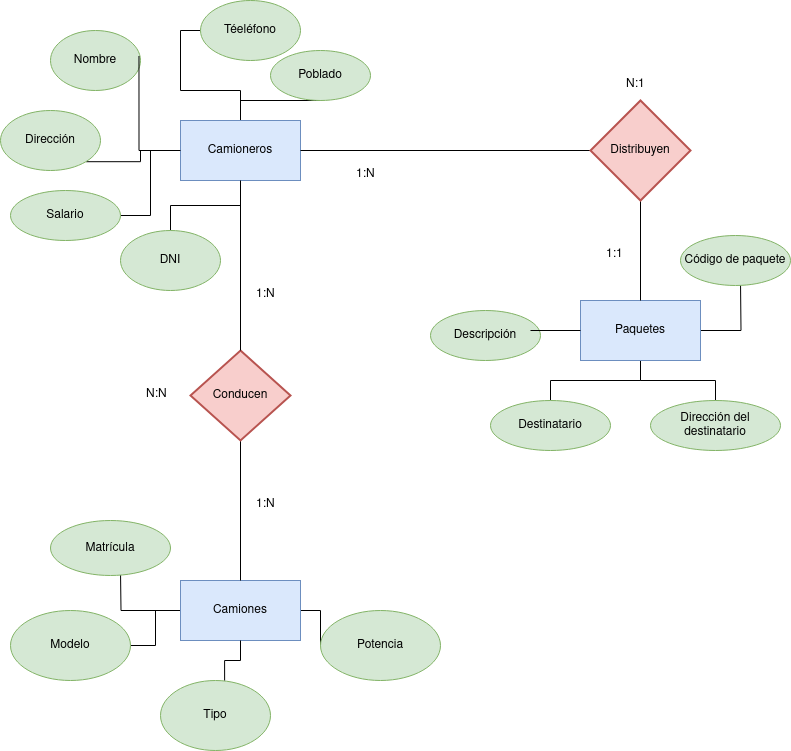
This is Unidad-1/Tareas/Tarea-2-3/Tarea 4.drawio.png from GgbGabrielGarcia/Base-Datos, a draw.io export, as it was before one commit. Source tidied: cells renumbered, new cells last; positions are measured from the earlier drawing's top-left corner, leaving out a move shared by most shapes. Its diagram source:
```xml
<mxGraphModel>
  <root>
    <mxCell id="0" />
    <mxCell id="1" parent="0" />
    <mxCell id="2" style="edgeStyle=orthogonalEdgeStyle;rounded=0;jettySize=auto;html=1;endArrow=none;endFill=0;" parent="1" edge="1" source="7" target="22">
      <mxGeometry relative="1" as="geometry" />
    </mxCell>
    <mxCell id="3" style="edgeStyle=orthogonalEdgeStyle;rounded=0;jettySize=auto;html=1;entryX=1;entryY=1;entryDx=0;entryDy=0;endArrow=none;endFill=0;" parent="1" edge="1" source="7" target="23">
      <mxGeometry relative="1" as="geometry" />
    </mxCell>
    <mxCell id="4" style="edgeStyle=orthogonalEdgeStyle;rounded=0;jettySize=auto;html=1;entryX=0;entryY=0.5;entryDx=0;entryDy=0;endArrow=none;endFill=0;" parent="1" edge="1" source="7" target="28">
      <mxGeometry relative="1" as="geometry" />
    </mxCell>
    <mxCell id="5" style="edgeStyle=orthogonalEdgeStyle;rounded=0;jettySize=auto;html=1;endArrow=none;endFill=0;" parent="1" edge="1" source="7" target="27">
      <mxGeometry relative="1" as="geometry" />
    </mxCell>
    <mxCell id="6" style="edgeStyle=orthogonalEdgeStyle;rounded=0;jettySize=auto;html=1;entryX=1;entryY=0.5;entryDx=0;entryDy=0;endArrow=none;endFill=0;" parent="1" edge="1" source="7" target="25">
      <mxGeometry relative="1" as="geometry" />
    </mxCell>
    <mxCell id="7" value="Camioneros" style="rounded=0;whiteSpace=wrap;html=1;fillColor=#dae8fc;strokeColor=#6c8ebf;" parent="1" vertex="1">
      <mxGeometry x="180" y="120" width="120" height="60" as="geometry" />
    </mxCell>
    <mxCell id="8" style="edgeStyle=orthogonalEdgeStyle;rounded=0;jettySize=auto;html=1;endArrow=none;endFill=0;" parent="1" edge="1" source="11" target="35">
      <mxGeometry relative="1" as="geometry" />
    </mxCell>
    <mxCell id="9" style="edgeStyle=orthogonalEdgeStyle;rounded=0;jettySize=auto;html=1;endArrow=none;endFill=0;" parent="1" edge="1" source="11">
      <mxGeometry relative="1" as="geometry">
        <mxPoint x="740" y="280" as="targetPoint" />
      </mxGeometry>
    </mxCell>
    <mxCell id="10" style="edgeStyle=orthogonalEdgeStyle;rounded=0;jettySize=auto;html=1;endArrow=none;endFill=0;" parent="1" edge="1" source="11" target="34">
      <mxGeometry relative="1" as="geometry" />
    </mxCell>
    <mxCell id="11" value="Paquetes" style="rounded=0;whiteSpace=wrap;html=1;fillColor=#dae8fc;strokeColor=#6c8ebf;" parent="1" vertex="1">
      <mxGeometry x="580" y="300" width="120" height="60" as="geometry" />
    </mxCell>
    <mxCell id="12" style="edgeStyle=orthogonalEdgeStyle;rounded=0;jettySize=auto;html=1;endArrow=none;endFill=0;" parent="1" edge="1" source="15" target="31">
      <mxGeometry relative="1" as="geometry" />
    </mxCell>
    <mxCell id="13" style="edgeStyle=orthogonalEdgeStyle;rounded=0;jettySize=auto;html=1;endArrow=none;endFill=0;" parent="1" edge="1" source="15">
      <mxGeometry relative="1" as="geometry">
        <mxPoint x="120" y="570" as="targetPoint" />
      </mxGeometry>
    </mxCell>
    <mxCell id="14" style="edgeStyle=orthogonalEdgeStyle;rounded=0;jettySize=auto;html=1;endArrow=none;endFill=0;" parent="1" edge="1" source="15" target="29">
      <mxGeometry relative="1" as="geometry" />
    </mxCell>
    <mxCell id="15" value="Camiones" style="rounded=0;whiteSpace=wrap;html=1;fillColor=#dae8fc;strokeColor=#6c8ebf;" parent="1" vertex="1">
      <mxGeometry x="180" y="580" width="120" height="60" as="geometry" />
    </mxCell>
    <mxCell id="16" style="edgeStyle=orthogonalEdgeStyle;rounded=0;jettySize=auto;html=1;entryX=0.5;entryY=0;entryDx=0;entryDy=0;endArrow=none;endFill=0;" parent="1" edge="1" source="18" target="11">
      <mxGeometry relative="1" as="geometry" />
    </mxCell>
    <mxCell id="17" style="edgeStyle=orthogonalEdgeStyle;rounded=0;jettySize=auto;html=1;endArrow=none;endFill=0;" parent="1" edge="1" source="18" target="7">
      <mxGeometry relative="1" as="geometry" />
    </mxCell>
    <mxCell id="18" value="Distribuyen" style="strokeWidth=2;html=1;shape=mxgraph.flowchart.decision;whiteSpace=wrap;fillColor=#f8cecc;strokeColor=#b85450;" parent="1" vertex="1">
      <mxGeometry x="590" y="100" width="100" height="100" as="geometry" />
    </mxCell>
    <mxCell id="19" style="edgeStyle=orthogonalEdgeStyle;rounded=0;jettySize=auto;html=1;entryX=0.5;entryY=0;entryDx=0;entryDy=0;endArrow=none;endFill=0;" parent="1" edge="1" source="20" target="15">
      <mxGeometry relative="1" as="geometry" />
    </mxCell>
    <mxCell id="20" value="Conducen" style="strokeWidth=2;html=1;shape=mxgraph.flowchart.decision;whiteSpace=wrap;fillColor=#f8cecc;strokeColor=#b85450;" parent="1" vertex="1">
      <mxGeometry x="190" y="350" width="100" height="90" as="geometry" />
    </mxCell>
    <mxCell id="21" style="edgeStyle=orthogonalEdgeStyle;rounded=0;jettySize=auto;html=1;entryX=0.5;entryY=0;entryDx=0;entryDy=0;entryPerimeter=0;endArrow=none;endFill=0;" parent="1" edge="1" source="7" target="20">
      <mxGeometry relative="1" as="geometry" />
    </mxCell>
    <mxCell id="22" value="DNI" style="ellipse;whiteSpace=wrap;html=1;fillColor=#d5e8d4;strokeColor=#82b366;" parent="1" vertex="1">
      <mxGeometry x="120" y="230" width="100" height="60" as="geometry" />
    </mxCell>
    <mxCell id="23" value="Dirección" style="ellipse;whiteSpace=wrap;html=1;fillColor=#d5e8d4;strokeColor=#82b366;" parent="1" vertex="1">
      <mxGeometry y="110" width="100" height="60" as="geometry" />
    </mxCell>
    <mxCell id="24" value="Nombre" style="ellipse;whiteSpace=wrap;html=1;fillColor=#d5e8d4;strokeColor=#82b366;" parent="1" vertex="1">
      <mxGeometry x="50" y="30" width="90" height="60" as="geometry" />
    </mxCell>
    <mxCell id="25" value="Salario" style="ellipse;whiteSpace=wrap;html=1;fillColor=#d5e8d4;strokeColor=#82b366;" parent="1" vertex="1">
      <mxGeometry x="10" y="190" width="110" height="50" as="geometry" />
    </mxCell>
    <mxCell id="26" style="edgeStyle=orthogonalEdgeStyle;rounded=0;jettySize=auto;html=1;entryX=0.983;entryY=0.425;entryDx=0;entryDy=0;entryPerimeter=0;endArrow=none;endFill=0;" parent="1" edge="1" source="7" target="24">
      <mxGeometry relative="1" as="geometry" />
    </mxCell>
    <mxCell id="27" value="Poblado" style="ellipse;whiteSpace=wrap;html=1;fillColor=#d5e8d4;strokeColor=#82b366;" parent="1" vertex="1">
      <mxGeometry x="270" y="50" width="100" height="50" as="geometry" />
    </mxCell>
    <mxCell id="28" value="Téeléfono" style="ellipse;whiteSpace=wrap;html=1;fillColor=#d5e8d4;strokeColor=#82b366;" parent="1" vertex="1">
      <mxGeometry x="200" width="100" height="60" as="geometry" />
    </mxCell>
    <mxCell id="29" value="Potencia" style="ellipse;whiteSpace=wrap;html=1;fillColor=#d5e8d4;strokeColor=#82b366;" parent="1" vertex="1">
      <mxGeometry x="320" y="610" width="120" height="70" as="geometry" />
    </mxCell>
    <mxCell id="30" value="Tipo" style="ellipse;whiteSpace=wrap;html=1;fillColor=#d5e8d4;strokeColor=#82b366;" parent="1" vertex="1">
      <mxGeometry x="160" y="680" width="110" height="70" as="geometry" />
    </mxCell>
    <mxCell id="31" value="Modelo" style="ellipse;whiteSpace=wrap;html=1;fillColor=#d5e8d4;strokeColor=#82b366;" parent="1" vertex="1">
      <mxGeometry x="10" y="610" width="120" height="70" as="geometry" />
    </mxCell>
    <mxCell id="32" value="Matrícula" style="ellipse;whiteSpace=wrap;html=1;fillColor=#d5e8d4;strokeColor=#82b366;" parent="1" vertex="1">
      <mxGeometry x="50" y="520" width="120" height="55" as="geometry" />
    </mxCell>
    <mxCell id="33" style="edgeStyle=orthogonalEdgeStyle;rounded=0;jettySize=auto;html=1;entryX=0.583;entryY=0;entryDx=0;entryDy=0;entryPerimeter=0;endArrow=none;endFill=0;" parent="1" edge="1" source="15" target="30">
      <mxGeometry relative="1" as="geometry" />
    </mxCell>
    <mxCell id="34" value="Destinatario" style="ellipse;whiteSpace=wrap;html=1;fillColor=#d5e8d4;strokeColor=#82b366;" parent="1" vertex="1">
      <mxGeometry x="490" y="400" width="120" height="50" as="geometry" />
    </mxCell>
    <mxCell id="35" value="Dirección del destinatario" style="ellipse;whiteSpace=wrap;html=1;fillColor=#d5e8d4;strokeColor=#82b366;" parent="1" vertex="1">
      <mxGeometry x="650" y="400" width="130" height="50" as="geometry" />
    </mxCell>
    <mxCell id="36" value="Descripción" style="ellipse;whiteSpace=wrap;html=1;fillColor=#d5e8d4;strokeColor=#82b366;" parent="1" vertex="1">
      <mxGeometry x="430" y="310" width="110" height="50" as="geometry" />
    </mxCell>
    <mxCell id="37" value="Código de paquete" style="ellipse;whiteSpace=wrap;html=1;fillColor=#d5e8d4;strokeColor=#82b366;" parent="1" vertex="1">
      <mxGeometry x="680" y="235" width="110" height="50" as="geometry" />
    </mxCell>
    <mxCell id="38" style="edgeStyle=orthogonalEdgeStyle;rounded=0;jettySize=auto;html=1;entryX=0.909;entryY=0.4;entryDx=0;entryDy=0;entryPerimeter=0;endArrow=none;endFill=0;" parent="1" edge="1" source="11" target="36">
      <mxGeometry relative="1" as="geometry" />
    </mxCell>
    <mxCell id="39" value="1:N" style="text;strokeColor=none;fillColor=none;spacingLeft=4;spacingRight=4;overflow=hidden;fontSize=12;whiteSpace=wrap;html=1;" parent="1" vertex="1">
      <mxGeometry x="250" y="280" width="40" height="30" as="geometry" />
    </mxCell>
    <mxCell id="40" value="N:N" style="text;strokeColor=none;fillColor=none;spacingLeft=4;spacingRight=4;overflow=hidden;fontSize=12;whiteSpace=wrap;html=1;" parent="1" vertex="1">
      <mxGeometry x="140" y="380" width="40" height="30" as="geometry" />
    </mxCell>
    <mxCell id="41" value="1:N" style="text;strokeColor=none;fillColor=none;spacingLeft=4;spacingRight=4;overflow=hidden;fontSize=12;whiteSpace=wrap;html=1;" parent="1" vertex="1">
      <mxGeometry x="250" y="490" width="40" height="30" as="geometry" />
    </mxCell>
    <mxCell id="42" value="1:N" style="text;strokeColor=none;fillColor=none;spacingLeft=4;spacingRight=4;overflow=hidden;fontSize=12;whiteSpace=wrap;html=1;" parent="1" vertex="1">
      <mxGeometry x="350" y="160" width="40" height="30" as="geometry" />
    </mxCell>
    <mxCell id="43" value="N:1" style="text;strokeColor=none;fillColor=none;spacingLeft=4;spacingRight=4;overflow=hidden;fontSize=12;whiteSpace=wrap;html=1;" parent="1" vertex="1">
      <mxGeometry x="620" y="70" width="40" height="30" as="geometry" />
    </mxCell>
    <mxCell id="44" value="1:1" style="text;strokeColor=none;fillColor=none;spacingLeft=4;spacingRight=4;overflow=hidden;fontSize=12;whiteSpace=wrap;html=1;" parent="1" vertex="1">
      <mxGeometry x="600" y="240" width="40" height="30" as="geometry" />
    </mxCell>
  </root>
</mxGraphModel>
```
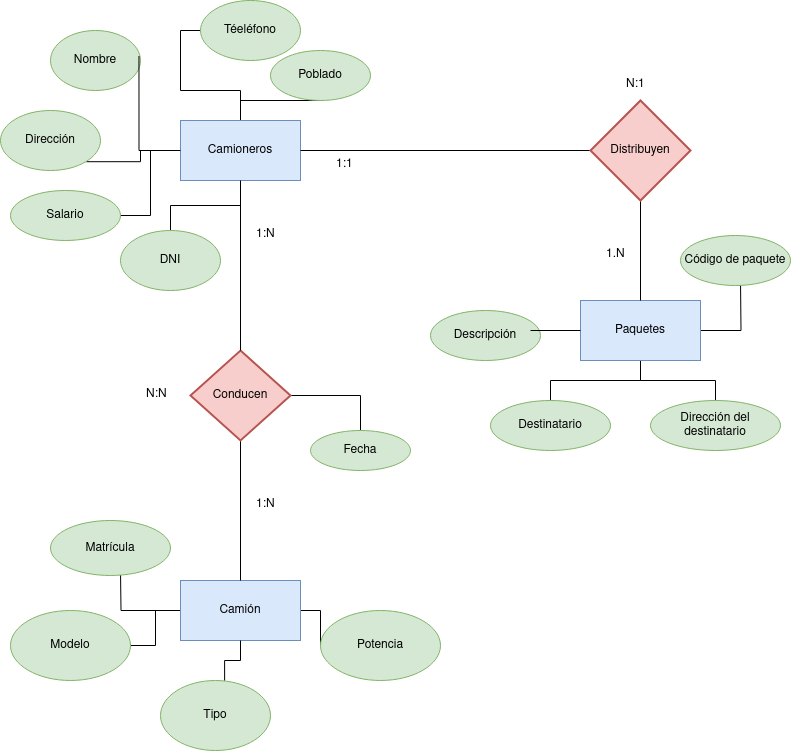
The same file after the commit.

What changed in the source:
```diff
@@ -45,7 +45,7 @@
     <mxCell id="14" style="edgeStyle=orthogonalEdgeStyle;rounded=0;jettySize=auto;html=1;endArrow=none;endFill=0;" parent="1" edge="1" source="15" target="29">
       <mxGeometry relative="1" as="geometry" />
     </mxCell>
-    <mxCell id="15" value="Camiones" style="rounded=0;whiteSpace=wrap;html=1;fillColor=#dae8fc;strokeColor=#6c8ebf;" parent="1" vertex="1">
+    <mxCell id="15" value="Camión" style="rounded=0;whiteSpace=wrap;html=1;fillColor=#dae8fc;strokeColor=#6c8ebf;" parent="1" vertex="1">
       <mxGeometry x="180" y="580" width="120" height="60" as="geometry" />
     </mxCell>
     <mxCell id="16" style="edgeStyle=orthogonalEdgeStyle;rounded=0;jettySize=auto;html=1;entryX=0.5;entryY=0;entryDx=0;entryDy=0;endArrow=none;endFill=0;" parent="1" edge="1" source="18" target="11">
@@ -60,6 +60,9 @@
     <mxCell id="19" style="edgeStyle=orthogonalEdgeStyle;rounded=0;jettySize=auto;html=1;entryX=0.5;entryY=0;entryDx=0;entryDy=0;endArrow=none;endFill=0;" parent="1" edge="1" source="20" target="15">
       <mxGeometry relative="1" as="geometry" />
     </mxCell>
+    <mxCell id="45" style="edgeStyle=orthogonalEdgeStyle;rounded=0;jettySize=auto;html=1;entryX=0.5;entryY=0;entryDx=0;entryDy=0;endArrow=none;endFill=0;" parent="1" edge="1" source="20" target="46">
+      <mxGeometry relative="1" as="geometry" />
+    </mxCell>
     <mxCell id="20" value="Conducen" style="strokeWidth=2;html=1;shape=mxgraph.flowchart.decision;whiteSpace=wrap;fillColor=#f8cecc;strokeColor=#b85450;" parent="1" vertex="1">
       <mxGeometry x="190" y="350" width="100" height="90" as="geometry" />
     </mxCell>
@@ -117,8 +120,8 @@
     <mxCell id="38" style="edgeStyle=orthogonalEdgeStyle;rounded=0;jettySize=auto;html=1;entryX=0.909;entryY=0.4;entryDx=0;entryDy=0;entryPerimeter=0;endArrow=none;endFill=0;" parent="1" edge="1" source="11" target="36">
       <mxGeometry relative="1" as="geometry" />
     </mxCell>
-    <mxCell id="39" value="1:N" style="text;strokeColor=none;fillColor=none;spacingLeft=4;spacingRight=4;overflow=hidden;fontSize=12;whiteSpace=wrap;html=1;" parent="1" vertex="1">
-      <mxGeometry x="250" y="280" width="40" height="30" as="geometry" />
+    <mxCell id="39" value="1:1" style="text;strokeColor=none;fillColor=none;spacingLeft=4;spacingRight=4;overflow=hidden;fontSize=12;whiteSpace=wrap;html=1;" parent="1" vertex="1">
+      <mxGeometry x="330" y="150" width="40" height="30" as="geometry" />
     </mxCell>
     <mxCell id="40" value="N:N" style="text;strokeColor=none;fillColor=none;spacingLeft=4;spacingRight=4;overflow=hidden;fontSize=12;whiteSpace=wrap;html=1;" parent="1" vertex="1">
       <mxGeometry x="140" y="380" width="40" height="30" as="geometry" />
@@ -126,14 +129,17 @@
     <mxCell id="41" value="1:N" style="text;strokeColor=none;fillColor=none;spacingLeft=4;spacingRight=4;overflow=hidden;fontSize=12;whiteSpace=wrap;html=1;" parent="1" vertex="1">
       <mxGeometry x="250" y="490" width="40" height="30" as="geometry" />
     </mxCell>
-    <mxCell id="42" value="1:N" style="text;strokeColor=none;fillColor=none;spacingLeft=4;spacingRight=4;overflow=hidden;fontSize=12;whiteSpace=wrap;html=1;" parent="1" vertex="1">
-      <mxGeometry x="350" y="160" width="40" height="30" as="geometry" />
-    </mxCell>
     <mxCell id="43" value="N:1" style="text;strokeColor=none;fillColor=none;spacingLeft=4;spacingRight=4;overflow=hidden;fontSize=12;whiteSpace=wrap;html=1;" parent="1" vertex="1">
       <mxGeometry x="620" y="70" width="40" height="30" as="geometry" />
     </mxCell>
-    <mxCell id="44" value="1:1" style="text;strokeColor=none;fillColor=none;spacingLeft=4;spacingRight=4;overflow=hidden;fontSize=12;whiteSpace=wrap;html=1;" parent="1" vertex="1">
+    <mxCell id="44" value="1.N" style="text;strokeColor=none;fillColor=none;spacingLeft=4;spacingRight=4;overflow=hidden;fontSize=12;whiteSpace=wrap;html=1;" parent="1" vertex="1">
       <mxGeometry x="600" y="240" width="40" height="30" as="geometry" />
     </mxCell>
+    <mxCell id="46" value="Fecha" style="ellipse;whiteSpace=wrap;html=1;align=center;fillColor=#d5e8d4;strokeColor=#82b366;" parent="1" vertex="1">
+      <mxGeometry x="310" y="430" width="100" height="40" as="geometry" />
+    </mxCell>
+    <mxCell id="42" value="1:N" style="text;strokeColor=none;fillColor=none;spacingLeft=4;spacingRight=4;overflow=hidden;fontSize=12;whiteSpace=wrap;html=1;" parent="1" vertex="1">
+      <mxGeometry x="250" y="220" width="40" height="30" as="geometry" />
+    </mxCell>
   </root>
 </mxGraphModel>
```
